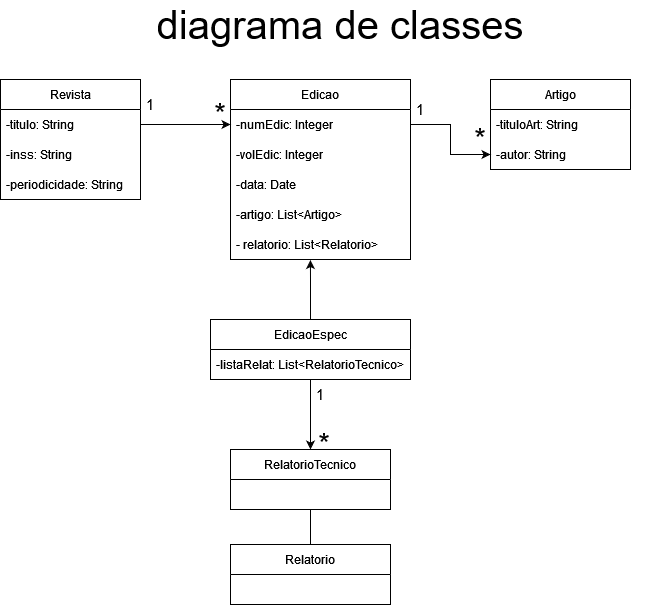
Earlier version of the draw.io export a1/q2A1.drawio.png (Andra-sun/modelagem). Source tidied: cells renumbered, new cells last; positions are measured from the earlier drawing's top-left corner, leaving out a move shared by most shapes.
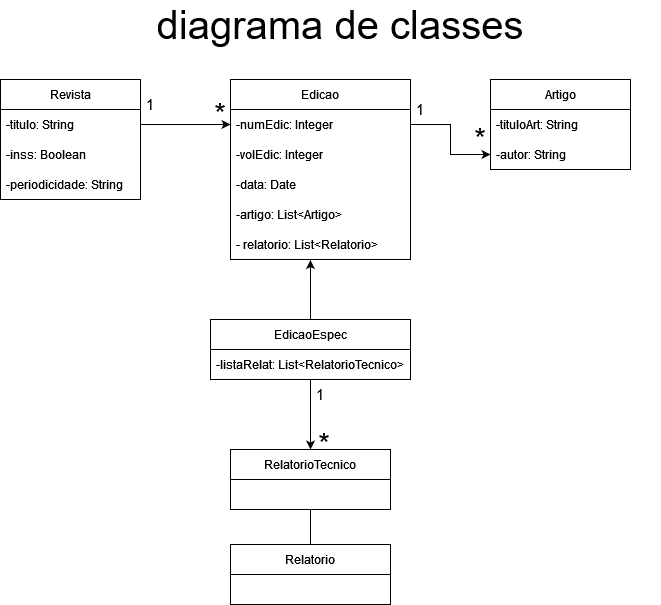
After the change.

Diff of the diagram source:
```diff
@@ -8,7 +8,7 @@
     <mxCell id="3" value="-titulo: String" style="text;strokeColor=none;fillColor=none;align=left;verticalAlign=middle;spacingLeft=4;spacingRight=4;overflow=hidden;points=[[0,0.5],[1,0.5]];portConstraint=eastwest;whiteSpace=wrap;html=1;" parent="2" vertex="1">
       <mxGeometry y="30" width="140" height="30" as="geometry" />
     </mxCell>
-    <mxCell id="4" value="-inss: String" style="text;strokeColor=none;fillColor=none;align=left;verticalAlign=middle;spacingLeft=4;spacingRight=4;overflow=hidden;whiteSpace=wrap;html=1;" parent="2" vertex="1">
+    <mxCell id="4" value="-inss: Boolean" style="text;strokeColor=none;fillColor=none;align=left;verticalAlign=middle;spacingLeft=4;spacingRight=4;overflow=hidden;whiteSpace=wrap;html=1;" parent="2" vertex="1">
       <mxGeometry y="60" width="140" height="30" as="geometry" />
     </mxCell>
     <mxCell id="5" value="-periodicidade: String" style="text;strokeColor=none;fillColor=none;align=left;verticalAlign=middle;spacingLeft=4;spacingRight=4;overflow=hidden;whiteSpace=wrap;html=1;" parent="2" vertex="1">
```
